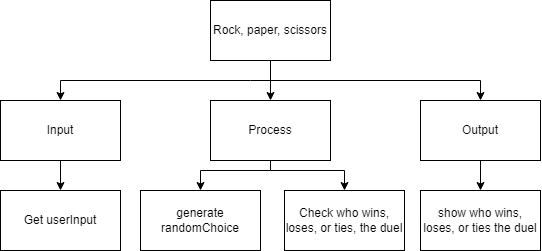
Before: Drawio/Topdown.png, a diagram exported from draw.io (JacksonNaufal/ics4u-unit1-03-typescript). Source tidied: cells renumbered, new cells last; positions are measured from the earlier drawing's top-left corner, leaving out a move shared by most shapes.
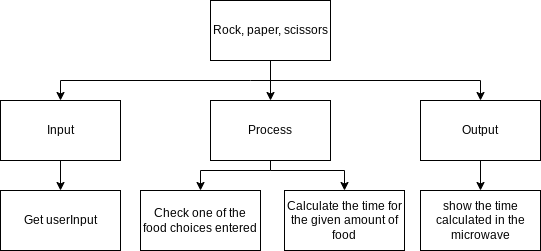
Later version of the same file.

Diff of the diagram source:
```diff
@@ -30,27 +30,27 @@
     <mxCell id="7" value="Rock, paper, scissors" style="rounded=0;whiteSpace=wrap;html=1;" parent="1" vertex="1">
       <mxGeometry x="210" width="120" height="60" as="geometry" />
     </mxCell>
-    <mxCell id="8" style="edgeStyle=none;html=1;entryX=0.5;entryY=0;entryDx=0;entryDy=0;rounded=0;" parent="1" edge="1" target="15">
-      <mxGeometry relative="1" as="geometry">
-        <mxPoint x="270" y="170" as="sourcePoint" />
-        <Array as="points">
-          <mxPoint x="200" y="170" />
-        </Array>
-      </mxGeometry>
-    </mxCell>
-    <mxCell id="9" style="edgeStyle=none;html=1;endArrow=none;endFill=0;" parent="1" edge="1" source="11">
-      <mxGeometry relative="1" as="geometry">
-        <mxPoint x="270" y="170" as="targetPoint" />
-      </mxGeometry>
-    </mxCell>
-    <mxCell id="10" style="edgeStyle=none;rounded=0;html=1;endArrow=classic;endFill=1;entryX=0.5;entryY=0;entryDx=0;entryDy=0;" parent="1" edge="1" target="17">
-      <mxGeometry relative="1" as="geometry">
-        <mxPoint x="270" y="170" as="sourcePoint" />
-        <Array as="points">
-          <mxPoint x="344" y="170" />
-        </Array>
-      </mxGeometry>
-    </mxCell>
+    <mxCell id="18" style="edgeStyle=none;html=1;entryX=0.5;entryY=0;entryDx=0;entryDy=0;rounded=0;" parent="1" edge="1" target="17">
+      <mxGeometry relative="1" as="geometry">
+        <mxPoint x="270" y="170" as="sourcePoint" />
+        <Array as="points">
+          <mxPoint x="200" y="170" />
+        </Array>
+      </mxGeometry>
+    </mxCell>
+    <mxCell id="19" style="edgeStyle=none;html=1;entryX=0.5;entryY=0;entryDx=0;entryDy=0;rounded=0;" parent="1" edge="1" target="21">
+      <mxGeometry relative="1" as="geometry">
+        <mxPoint x="270" y="170" as="sourcePoint" />
+        <Array as="points">
+          <mxPoint x="344" y="170" />
+        </Array>
+      </mxGeometry>
+    </mxCell>
+    <mxCell id="20" style="edgeStyle=none;rounded=0;html=1;endArrow=none;endFill=0;" parent="1" edge="1" source="11">
+      <mxGeometry relative="1" as="geometry">
+        <mxPoint x="270" y="170" as="targetPoint" />
+      </mxGeometry>
+    </mxCell>
     <mxCell id="11" value="Process" style="rounded=0;whiteSpace=wrap;html=1;" parent="1" vertex="1">
       <mxGeometry x="210" y="100" width="120" height="60" as="geometry" />
     </mxCell>
@@ -63,14 +63,14 @@
     <mxCell id="14" value="Get userInput" style="rounded=0;whiteSpace=wrap;html=1;" parent="1" vertex="1">
       <mxGeometry y="190" width="120" height="60" as="geometry" />
     </mxCell>
-    <mxCell id="15" value="generate randomChoice" style="rounded=0;whiteSpace=wrap;html=1;" parent="1" vertex="1">
-      <mxGeometry x="140" y="190" width="120" height="60" as="geometry" />
-    </mxCell>
-    <mxCell id="16" value="show who wins, loses, or ties the duel" style="rounded=0;whiteSpace=wrap;html=1;" parent="1" vertex="1">
+    <mxCell id="16" value="show the time calculated in the microwave" style="rounded=0;whiteSpace=wrap;html=1;" parent="1" vertex="1">
       <mxGeometry x="420" y="190" width="120" height="60" as="geometry" />
     </mxCell>
-    <mxCell id="17" value="Check who wins, loses, or ties, the duel" style="rounded=0;whiteSpace=wrap;html=1;" parent="1" vertex="1">
-      <mxGeometry x="284" y="190" width="120" height="60" as="geometry" />
+    <mxCell id="17" value="Check one of the food choices entered" style="rounded=0;whiteSpace=wrap;html=1;" parent="1" vertex="1">
+      <mxGeometry x="140" y="190" width="120" height="60" as="geometry" />
     </mxCell>
+    <mxCell id="21" value="Calculate the time for the given amount of food" style="rounded=0;whiteSpace=wrap;html=1;" parent="1" vertex="1">
+      <mxGeometry x="284" y="190" width="120" height="60" as="geometry" />
+    </mxCell>
   </root>
 </mxGraphModel>
```
